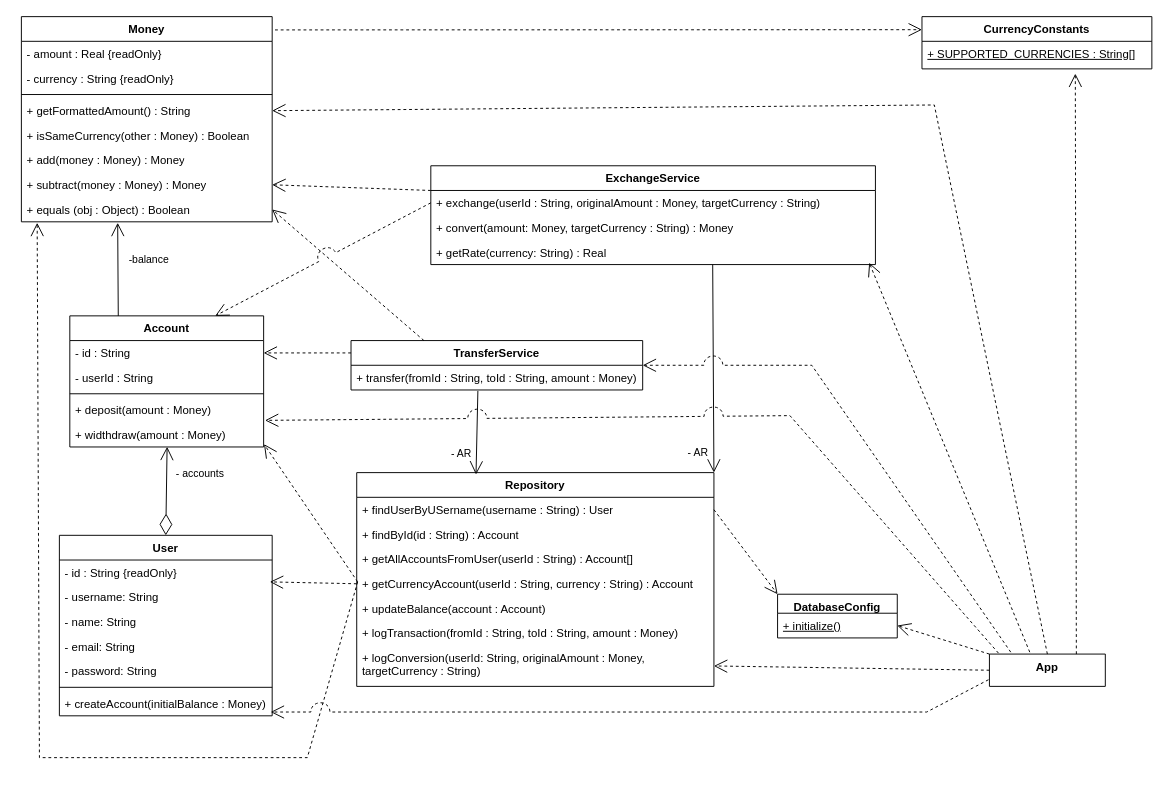
The draw.io diagram lab 4 - ValueObject/IB.drawio in solovozer/-2, before the edit. Source tidied: cells renumbered, new cells numbered last; positions are measured from the earlier drawing's top-left corner, leaving out a move shared by most shapes. Both pictures are drawn from the tidied source at 95%, with x=0, y=0 at pixel (21, 16).
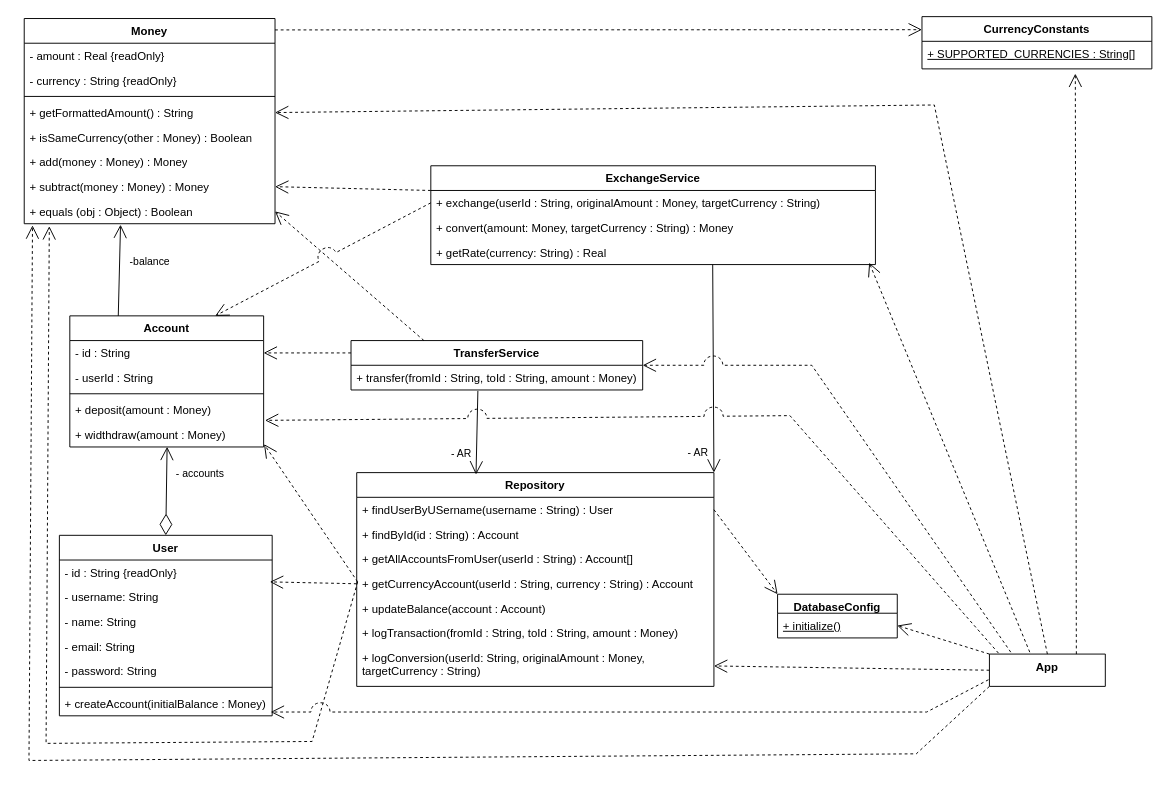
Above is the later version.

The change refers to these unchanged cells:
```xml
<mxCell id="10" value="+ equals (obj : Object) : Boolean" style="text;strokeColor=none;fillColor=none;align=left;verticalAlign=top;spacingLeft=4;spacingRight=4;overflow=hidden;points=[[0,0.5],[1,0.5]];portConstraint=eastwest;whiteSpace=wrap;html=1;" parent="2" vertex="1">
  <mxGeometry y="190" width="264" height="26" as="geometry" />
</mxCell>
<mxCell id="27" value="App" style="swimlane;fontStyle=1;align=center;verticalAlign=top;horizontal=1;startSize=34;whiteSpace=wrap;html=1;" parent="1" vertex="1">
  <mxGeometry x="1019" y="671" width="122" height="34" as="geometry" />
</mxCell>
```

Change to the diagram source:
```diff
@@
     <mxCell id="2" value="Money" style="swimlane;fontStyle=1;align=center;verticalAlign=top;horizontal=1;startSize=26;whiteSpace=wrap;html=1;" parent="1" vertex="1">
-      <mxGeometry width="264" height="216" as="geometry" />
+      <mxGeometry x="3" y="2" width="264" height="216" as="geometry" />
     </mxCell>
@@
-    <mxCell id="59" style="endArrow=open;endFill=1;endSize=12;html=1;rounded=0;dashed=1;entryX=0.063;entryY=1.038;entryDx=0;entryDy=0;entryPerimeter=0;jumpStyle=arc;jumpSize=21;" parent="1" edge="1" target="10">
+    <mxCell id="59" style="endArrow=open;endFill=1;endSize=12;html=1;rounded=0;dashed=1;entryX=0.1;entryY=1.1;entryDx=0;entryDy=0;entryPerimeter=0;jumpStyle=arc;jumpSize=21;" parent="1" edge="1" target="10">
       <mxGeometry relative="1" as="geometry">
         <mxPoint x="354" y="595" as="sourcePoint" />
         <Array as="points">
-          <mxPoint x="301" y="780" />
-          <mxPoint x="19" y="780" />
+          <mxPoint x="306" y="763" />
+          <mxPoint x="26" y="765" />
         </Array>
       </mxGeometry>
     </mxCell>
@@
+    <mxCell id="65" style="endArrow=open;endFill=1;endSize=12;html=1;rounded=0;dashed=1;entryX=0.033;entryY=1.066;entryDx=0;entryDy=0;entryPerimeter=0;jumpStyle=arc;jumpSize=20;exitX=0;exitY=1;exitDx=0;exitDy=0;" parent="1" edge="1" source="27" target="10">
+      <mxGeometry relative="1" as="geometry">
+        <Array as="points">
+          <mxPoint x="942" y="776" />
+          <mxPoint x="8" y="783" />
+        </Array>
+      </mxGeometry>
+    </mxCell>
```
